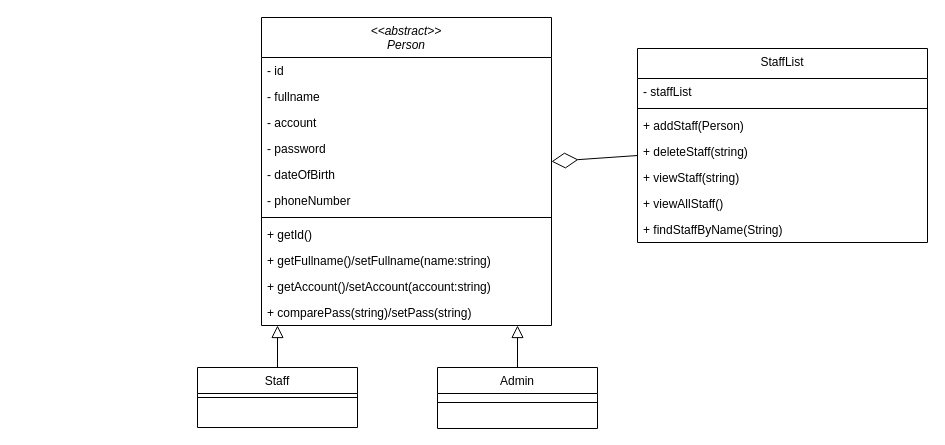
Above: umlDiagram.drawio in Avocado0595/InventoryManagerConsole (draw.io), before the change. Source tidied: cells renumbered, new cells numbered last; positions are measured from the earlier drawing's top-left corner, leaving out a move shared by most shapes. Both pictures are drawn from the tidied source at 100%, with x=0, y=0 at pixel (197, 17).
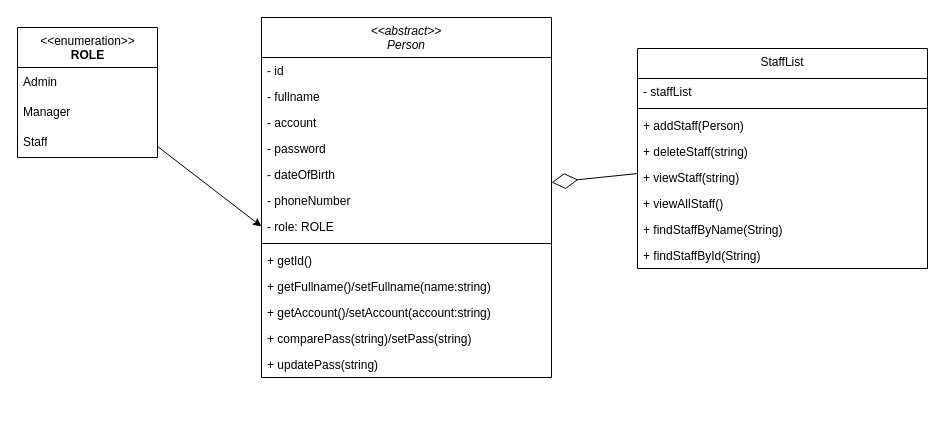
After the change.

What changed in the source:
```diff
@@
     <mxCell id="2" value="&lt;&lt;abstract&gt;&gt;&#10;Person" style="swimlane;fontStyle=2;align=center;verticalAlign=top;horizontal=1;startSize=40;rounded=0;shadow=0;strokeWidth=1;" parent="1" vertex="1">
-      <mxGeometry x="64" width="290" height="308" as="geometry" />
+      <mxGeometry x="64" width="290" height="360" as="geometry" />
     </mxCell>
@@
+    <mxCell id="29" value="- phoneNumber" style="text;align=left;verticalAlign=top;spacingLeft=4;spacingRight=4;overflow=hidden;rounded=0;shadow=0;html=0;" parent="2" vertex="1">
+      <mxGeometry y="170" width="290" height="26" as="geometry" />
+    </mxCell>
-    <mxCell id="8" value="- phoneNumber" style="text;align=left;verticalAlign=top;spacingLeft=4;spacingRight=4;overflow=hidden;points=[[0,0.5],[1,0.5]];portConstraint=eastwest;rounded=0;shadow=0;html=0;" parent="2" vertex="1">
-      <mxGeometry y="170" width="290" height="26" as="geometry" />
+    <mxCell id="8" value="- role: ROLE" style="text;align=left;verticalAlign=top;spacingLeft=4;spacingRight=4;overflow=hidden;points=[[0,0.5],[1,0.5]];portConstraint=eastwest;rounded=0;shadow=0;html=0;" parent="2" vertex="1">
+      <mxGeometry y="196" width="290" height="26" as="geometry" />
     </mxCell>
     <mxCell id="9" style="line;html=1;strokeWidth=1;align=left;verticalAlign=middle;spacingTop=-1;spacingLeft=3;spacingRight=3;labelPosition=right;" parent="2" vertex="1">
-      <mxGeometry y="196" width="290" height="8" as="geometry" />
+      <mxGeometry y="222" width="290" height="8" as="geometry" />
     </mxCell>
     <mxCell id="10" value="+ getId()" style="text;align=left;verticalAlign=top;spacingLeft=4;spacingRight=4;overflow=hidden;" parent="2" vertex="1">
-      <mxGeometry y="204" width="290" height="26" as="geometry" />
+      <mxGeometry y="230" width="290" height="26" as="geometry" />
     </mxCell>
     <mxCell id="11" value="+ getFullname()/setFullname(name:string)" style="text;align=left;verticalAlign=top;spacingLeft=4;spacingRight=4;overflow=hidden;" parent="2" vertex="1">
-      <mxGeometry y="230" width="290" height="26" as="geometry" />
+      <mxGeometry y="256" width="290" height="26" as="geometry" />
     </mxCell>
     <mxCell id="12" value="+ getAccount()/setAccount(account:string) " style="text;align=left;verticalAlign=top;spacingLeft=4;spacingRight=4;overflow=hidden;" parent="2" vertex="1">
-      <mxGeometry y="256" width="290" height="26" as="geometry" />
+      <mxGeometry y="282" width="290" height="26" as="geometry" />
     </mxCell>
     <mxCell id="13" value="+ comparePass(string)/setPass(string)" style="text;align=left;verticalAlign=top;spacingLeft=4;spacingRight=4;overflow=hidden;" parent="2" vertex="1">
-      <mxGeometry y="282" width="290" height="26" as="geometry" />
+      <mxGeometry y="308" width="290" height="26" as="geometry" />
     </mxCell>
-    <mxCell id="14" value="Staff" style="swimlane;fontStyle=0;align=center;verticalAlign=top;horizontal=1;startSize=26;rounded=0;shadow=0;strokeWidth=1;" parent="1" vertex="1">
-      <mxGeometry y="350" width="160" height="60" as="geometry" />
-    </mxCell>
-    <mxCell id="15" style="line;html=1;strokeWidth=1;align=left;verticalAlign=middle;spacingTop=-1;spacingLeft=3;spacingRight=3;labelPosition=right;" parent="14" vertex="1">
-      <mxGeometry y="26" width="160" height="8" as="geometry" />
-    </mxCell>
-    <mxCell id="16" style="endArrow=block;endSize=10;endFill=0;shadow=0;strokeWidth=1;rounded=0;edgeStyle=elbowEdgeStyle;elbow=vertical;" parent="1" edge="1" source="14" target="2">
-      <mxGeometry relative="1" as="geometry">
-        <Array as="points">
-          <mxPoint x="210" y="290" />
-        </Array>
-      </mxGeometry>
-    </mxCell>
-    <mxCell id="17" style="endArrow=block;endSize=10;endFill=0;shadow=0;strokeWidth=1;rounded=0;edgeStyle=orthogonalEdgeStyle;elbow=vertical;" parent="1" edge="1" source="18" target="2">
-      <mxGeometry relative="1" as="geometry">
-        <Array as="points">
-          <mxPoint x="310" y="290" />
-          <mxPoint x="209" y="290" />
-        </Array>
-      </mxGeometry>
-    </mxCell>
-    <mxCell id="18" value="Admin" style="swimlane;fontStyle=0;align=center;verticalAlign=top;horizontal=1;startSize=26;rounded=0;shadow=0;strokeWidth=1;" parent="1" vertex="1">
-      <mxGeometry x="240" y="350" width="160" height="61" as="geometry" />
-    </mxCell>
-    <mxCell id="19" style="line;html=1;strokeWidth=1;align=left;verticalAlign=middle;spacingTop=-1;spacingLeft=3;spacingRight=3;labelPosition=right;" parent="18" vertex="1">
-      <mxGeometry y="26" width="160" height="18" as="geometry" />
-    </mxCell>
+    <mxCell id="30" value="+ updatePass(string)" style="text;align=left;verticalAlign=top;spacingLeft=4;spacingRight=4;overflow=hidden;" parent="2" vertex="1">
+      <mxGeometry y="334" width="290" height="26" as="geometry" />
+    </mxCell>
     <mxCell id="20" value="StaffList" style="swimlane;fontStyle=0;align=center;verticalAlign=top;horizontal=1;startSize=30;rounded=0;shadow=0;strokeWidth=1;" parent="1" vertex="1">
-      <mxGeometry x="440" y="31" width="290" height="194" as="geometry" />
+      <mxGeometry x="440" y="31" width="290" height="220" as="geometry" />
     </mxCell>
@@
+    <mxCell id="31" value="+ findStaffById(String)" style="text;align=left;verticalAlign=top;spacingLeft=4;spacingRight=4;overflow=hidden;" parent="20" vertex="1">
+      <mxGeometry y="194" width="290" height="26" as="geometry" />
+    </mxCell>
@@
+    <mxCell id="32" style="edgeStyle=none;html=1;entryX=0;entryY=0.5;entryDx=0;entryDy=0;" parent="1" edge="1" source="33" target="8">
+      <mxGeometry relative="1" as="geometry" />
+    </mxCell>
+    <mxCell id="33" value="&amp;lt;&amp;lt;enumeration&amp;gt;&amp;gt;&lt;br&gt;&lt;b&gt;ROLE&lt;/b&gt;" style="swimlane;fontStyle=0;align=center;verticalAlign=top;horizontal=1;startSize=40;html=1;" parent="1" vertex="1">
+      <mxGeometry x="-180" y="10" width="140" height="130" as="geometry" />
+    </mxCell>
+    <mxCell id="18" value="Admin" style="text;html=1;strokeColor=none;fillColor=none;align=left;verticalAlign=middle;spacingLeft=4;spacingRight=4;overflow=hidden;points=[[0,0.5],[1,0.5]];portConstraint=eastwest;" parent="33" vertex="1">
+      <mxGeometry y="40" width="140" height="30" as="geometry" />
+    </mxCell>
+    <mxCell id="34" value="Manager" style="text;html=1;strokeColor=none;fillColor=none;align=left;verticalAlign=middle;spacingLeft=4;spacingRight=4;overflow=hidden;" parent="33" vertex="1">
+      <mxGeometry y="70" width="140" height="30" as="geometry" />
+    </mxCell>
+    <mxCell id="14" value="Staff" style="text;html=1;strokeColor=none;fillColor=none;align=left;verticalAlign=middle;spacingLeft=4;spacingRight=4;overflow=hidden;points=[[0,0.5],[1,0.5]];portConstraint=eastwest;" parent="33" vertex="1">
+      <mxGeometry y="100" width="140" height="30" as="geometry" />
+    </mxCell>
```
